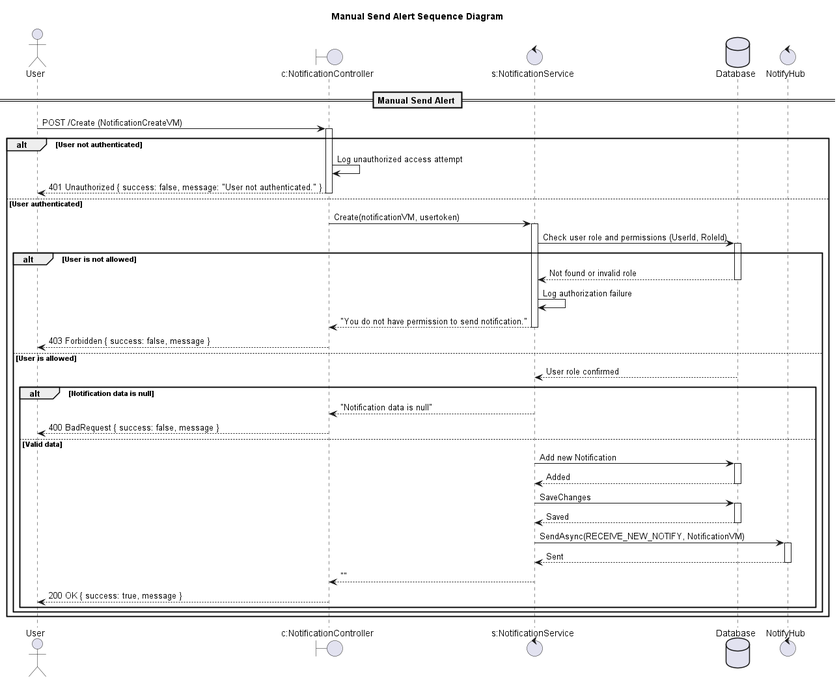
conghoan1211/AI-Kiosk-Testing-system keeps this PlantUML diagram as design/out/manualsendalertsequencediagram/manualsendalertsequencediagram.png. Above is the earlier version.
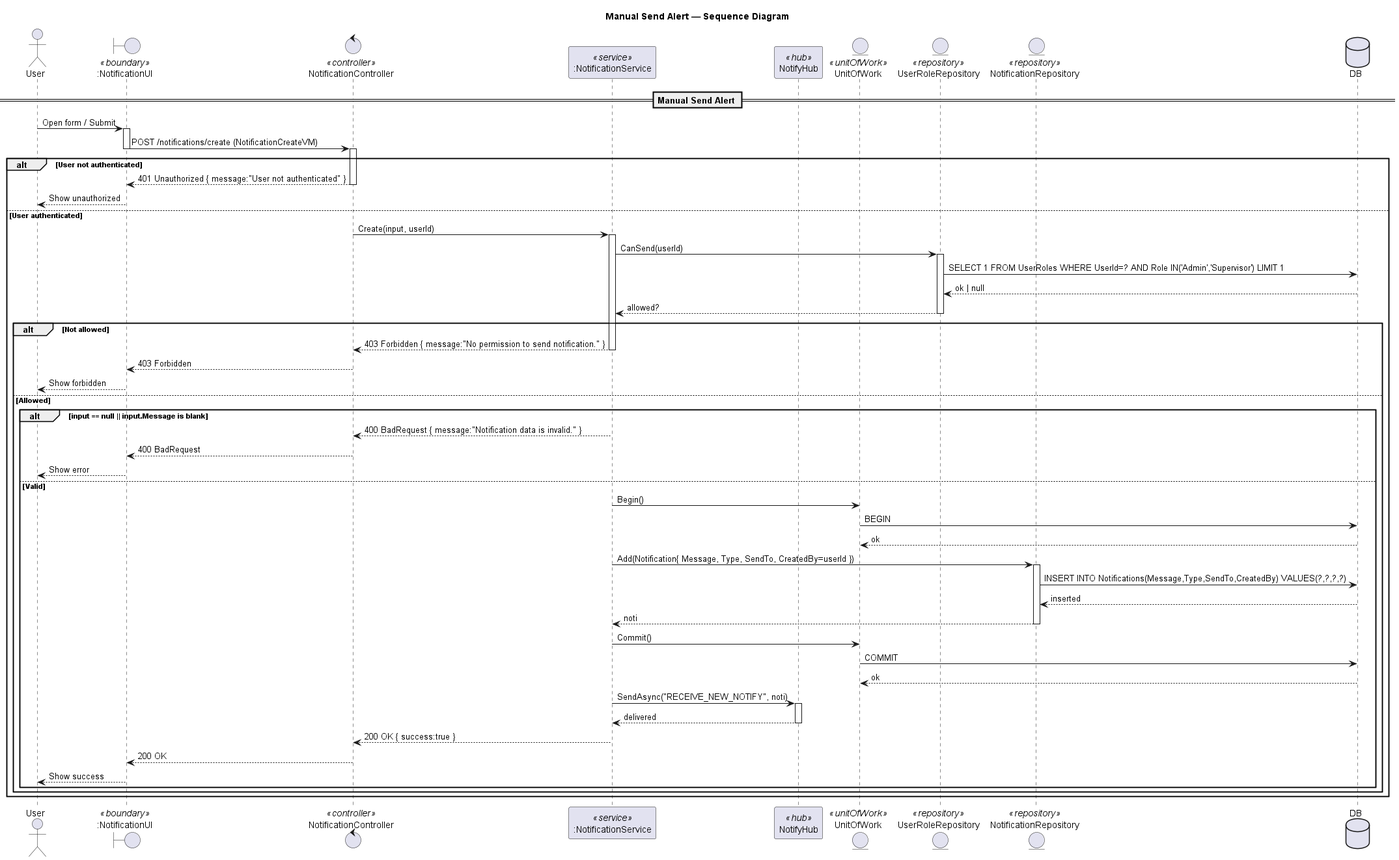
Above is the later version.

Change to the diagram source:
```diff
@@ -1,64 +1,81 @@
 @startuml
-
-title Manual Send Alert Sequence Diagram
+title Manual Send Alert — Sequence Diagram
 
 actor "User" as Client
-boundary "c:NotificationController" as Controller
-control "s:NotificationService" as Service
-database "Database" as DB
-control "NotifyHub" as Hub
+boundary ":NotificationUI" as UI <<boundary>>
+control "NotificationController" as Controller <<controller>>
+participant ":NotificationService" as Service <<service>>
+participant "NotifyHub" as Hub <<hub>>
+entity "UnitOfWork" as UoW <<unitOfWork>>
+entity "UserRoleRepository" as RoleRepo <<repository>>
+entity "NotificationRepository" as NotiRepo <<repository>>
+
+
+database "DB" as DB
 
 == Manual Send Alert ==
 
-Client -> Controller: POST /Create (NotificationCreateVM)
+Client -> UI: Open form / Submit
+activate UI
+UI -> Controller: POST /notifications/create (NotificationCreateVM)
+deactivate UI
 activate Controller
 
 alt User not authenticated
-    Controller -> Controller: Log unauthorized access attempt
-    Controller --> Client: 401 Unauthorized { success: false, message: "User not authenticated." }
+  Controller --> UI: 401 Unauthorized { message:"User not authenticated" }
+  deactivate Controller
+  UI --> Client: Show unauthorized
+else User authenticated
+  Controller -> Service: Create(input, userId)
+  activate Service
+
+  Service -> RoleRepo: CanSend(userId)
+  activate RoleRepo
+  RoleRepo -> DB: SELECT 1 FROM UserRoles WHERE UserId=? AND Role IN('Admin','Supervisor') LIMIT 1
+  DB --> RoleRepo: ok | null
+  RoleRepo --> Service: allowed?
+  deactivate RoleRepo
+
+  alt Not allowed
+    Service --> Controller: 403 Forbidden { message:"No permission to send notification." }
+    deactivate Service
+    Controller --> UI: 403 Forbidden
     deactivate Controller
-else User authenticated
-    Controller -> Service: Create(notificationVM, usertoken)
-    activate Service
+    UI --> Client: Show forbidden
+  else Allowed
+    alt input == null || input.Message is blank
+      Service --> Controller: 400 BadRequest { message:"Notification data is invalid." }
+      deactivate Service
+      Controller --> UI: 400 BadRequest
+      deactivate Controller
+      UI --> Client: Show error
+    else Valid
+      Service -> UoW: Begin()
+      UoW -> DB: BEGIN
+      DB --> UoW: ok
 
-    Service -> DB: Check user role and permissions (UserId, RoleId)
-    activate DB
-    alt User is not allowed
-        DB --> Service: Not found or invalid role
-        deactivate DB
-        Service -> Service: Log authorization failure
-        Service --> Controller: "You do not have permission to send notification."
-        deactivate Service
-        Controller --> Client: 403 Forbidden { success: false, message }
-        deactivate Controller
-    else User is allowed
-        DB --> Service: User role confirmed
-        deactivate DB
+      Service -> NotiRepo: Add(Notification{ Message, Type, SendTo, CreatedBy=userId })
+      activate NotiRepo
+      NotiRepo -> DB: INSERT INTO Notifications(Message,Type,SendTo,CreatedBy) VALUES(?,?,?,?)
+      DB --> NotiRepo: inserted
+      NotiRepo --> Service: noti
+      deactivate NotiRepo
 
-        alt Notification data is null
-            Service --> Controller: "Notification data is null"
-            deactivate Service
-            Controller --> Client: 400 BadRequest { success: false, message }
-            deactivate Controller
-        else Valid data
-            Service -> DB: Add new Notification
-            activate DB
-            DB --> Service: Added
-            deactivate DB
-            Service -> DB: SaveChanges
-            activate DB
-            DB --> Service: Saved
-            deactivate DB
-            Service -> Hub: SendAsync(RECEIVE_NEW_NOTIFY, NotificationVM)
-            activate Hub
-            Hub --> Service: Sent
-            deactivate Hub
-            Service --> Controller: ""
-            deactivate Service
-            Controller --> Client: 200 OK { success: true, message }
-            deactivate Controller
-        end alt
+      Service -> UoW: Commit()
+      UoW -> DB: COMMIT
+      DB --> UoW: ok
+
+      Service -> Hub: SendAsync("RECEIVE_NEW_NOTIFY", noti)
+      activate Hub
+      Hub --> Service: delivered
+      deactivate Hub
+
+      Service --> Controller: 200 OK { success:true }
+      deactivate Service
+      Controller --> UI: 200 OK
+      deactivate Controller
+      UI --> Client: Show success
     end alt
+  end alt
 end alt
-
 @enduml
```
